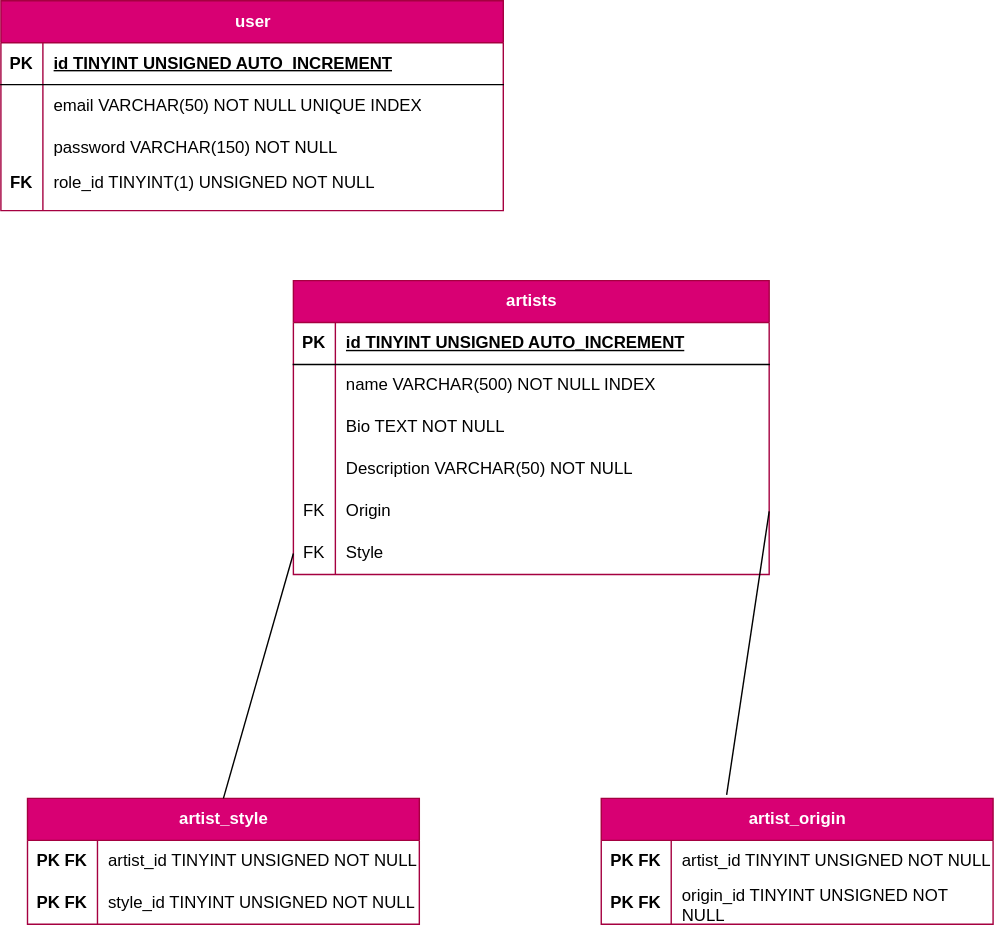
Domitch/souk-sonore-festival keeps this draw.io diagram as code/merise /MPD.drawio.svg. Above is the earlier version. Source tidied: cells renumbered, new cells last; positions are measured from the earlier drawing's top-left corner, leaving out a move shared by most shapes.
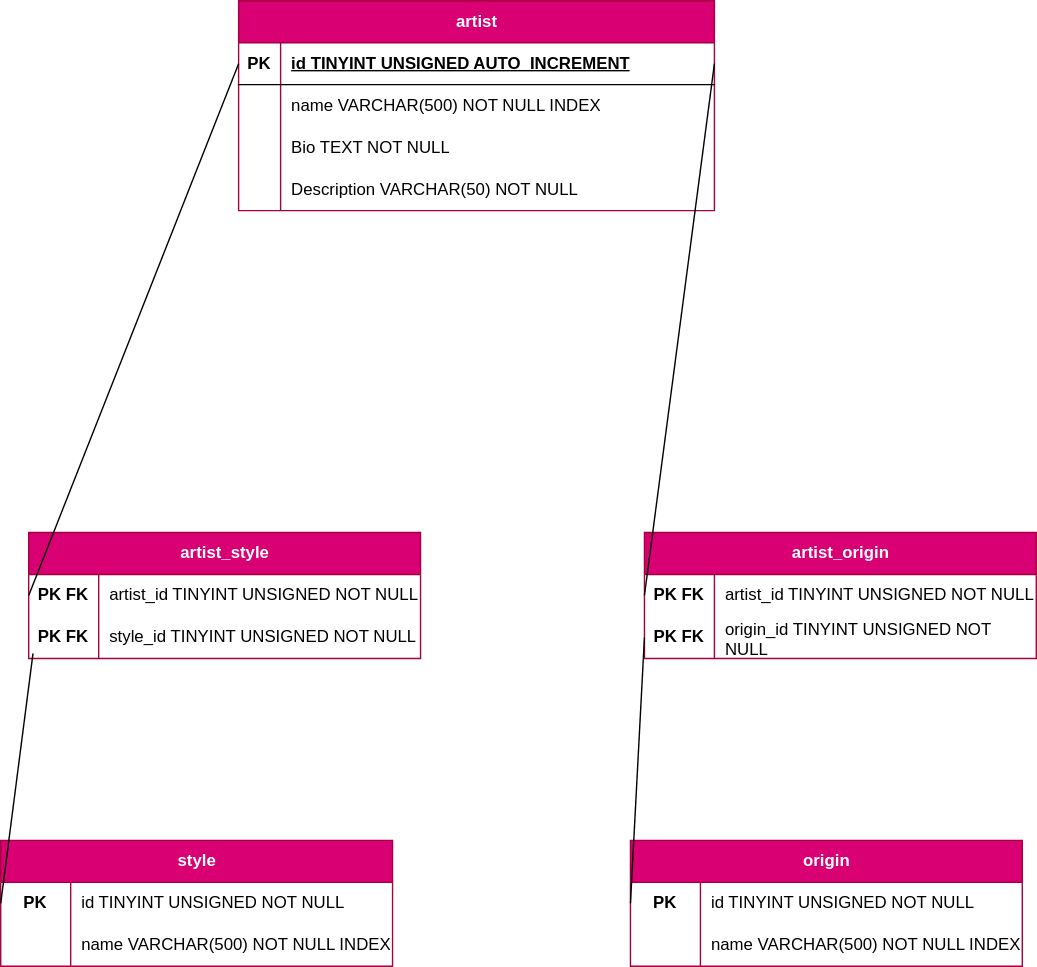
The same diagram one commit later.

Change to the diagram source:
```diff
@@ -2,53 +2,8 @@
   <root>
     <mxCell id="0" />
     <mxCell id="1" parent="0" />
-    <mxCell id="2" value="user" style="shape=table;startSize=30;rowLines=0;fontStyle=1;align=center;html=1;fillColor=#d80073;strokeColor=#A50040;fontColor=#ffffff;" parent="1" vertex="1">
-      <mxGeometry width="359" height="150" as="geometry" />
-    </mxCell>
-    <mxCell id="3" style="shape=tableRow;horizontal=0;startSize=0;swimlaneHead=0;swimlaneBody=0;fillColor=none;top=0;left=0;right=0;bottom=1;" parent="2" vertex="1">
-      <mxGeometry y="30" width="359" height="30" as="geometry" />
-    </mxCell>
-    <mxCell id="4" value="PK" style="shape=partialRectangle;fillColor=none;top=0;left=0;bottom=0;right=0;fontStyle=1;overflow=hidden;whiteSpace=wrap;html=1;" parent="3" vertex="1">
-      <mxGeometry width="30" height="30" as="geometry" />
-    </mxCell>
-    <mxCell id="5" value="id TINYINT UNSIGNED AUTO_INCREMENT" style="shape=partialRectangle;fillColor=none;top=0;left=0;bottom=0;right=0;align=left;spacingLeft=6;fontStyle=5;overflow=hidden;whiteSpace=wrap;html=1;" parent="3" vertex="1">
-      <mxGeometry x="30" width="329" height="30" as="geometry" />
-    </mxCell>
-    <mxCell id="6" style="shape=tableRow;horizontal=0;startSize=0;swimlaneHead=0;swimlaneBody=0;fillColor=none;top=0;left=0;right=0;bottom=0;" parent="2" vertex="1">
-      <mxGeometry y="60" width="359" height="30" as="geometry" />
-    </mxCell>
-    <mxCell id="7" style="shape=partialRectangle;fillColor=none;top=0;left=0;bottom=0;right=0;overflow=hidden;whiteSpace=wrap;html=1;" parent="6" vertex="1">
-      <mxGeometry width="30" height="30" as="geometry" />
-    </mxCell>
-    <mxCell id="8" value="email VARCHAR(50) NOT NULL UNIQUE INDEX" style="shape=partialRectangle;fillColor=none;top=0;left=0;bottom=0;right=0;align=left;spacingLeft=6;overflow=hidden;whiteSpace=wrap;html=1;" parent="6" vertex="1">
-      <mxGeometry x="30" width="329" height="30" as="geometry" />
-    </mxCell>
-    <mxCell id="9" style="shape=tableRow;horizontal=0;startSize=0;swimlaneHead=0;swimlaneBody=0;fillColor=none;top=0;left=0;right=0;bottom=0;" parent="2" vertex="1">
-      <mxGeometry y="90" width="359" height="30" as="geometry" />
-    </mxCell>
-    <mxCell id="10" style="shape=partialRectangle;fillColor=none;top=0;left=0;bottom=0;right=0;overflow=hidden;whiteSpace=wrap;html=1;" parent="9" vertex="1">
-      <mxGeometry width="30" height="30" as="geometry" />
-    </mxCell>
-    <mxCell id="11" value="password VARCHAR(150) NOT NULL" style="shape=partialRectangle;fillColor=none;top=0;left=0;bottom=0;right=0;align=left;spacingLeft=6;overflow=hidden;whiteSpace=wrap;html=1;" parent="9" vertex="1">
-      <mxGeometry x="30" width="329" height="30" as="geometry" />
-    </mxCell>
-    <mxCell id="12" style="shape=tableRow;horizontal=0;startSize=0;swimlaneHead=0;swimlaneBody=0;fillColor=none;top=0;left=0;right=0;bottom=0;" parent="2" vertex="1">
-      <mxGeometry y="120" width="359" height="30" as="geometry" />
-    </mxCell>
-    <mxCell id="13" style="shape=partialRectangle;fillColor=none;top=0;left=0;bottom=0;right=0;overflow=hidden;whiteSpace=wrap;html=1;fontStyle=1;" parent="12" vertex="1">
-      <mxGeometry width="30" height="30" as="geometry" />
-    </mxCell>
-    <mxCell id="14" style="shape=partialRectangle;fillColor=none;top=0;left=0;bottom=0;right=0;align=left;spacingLeft=6;overflow=hidden;whiteSpace=wrap;html=1;" parent="12" vertex="1">
-      <mxGeometry x="30" width="329" height="30" as="geometry" />
-    </mxCell>
-    <mxCell id="15" value="FK" style="shape=partialRectangle;fillColor=none;top=0;left=0;bottom=0;right=0;overflow=hidden;whiteSpace=wrap;html=1;fontStyle=1;" parent="1" vertex="1">
-      <mxGeometry y="120" width="30" height="20" as="geometry" />
-    </mxCell>
-    <mxCell id="16" value="role_id TINYINT(1) UNSIGNED NOT NULL" style="shape=partialRectangle;fillColor=none;top=0;left=0;bottom=0;right=0;align=left;spacingLeft=6;overflow=hidden;whiteSpace=wrap;html=1;" parent="1" vertex="1">
-      <mxGeometry x="30" y="120" width="329" height="20" as="geometry" />
-    </mxCell>
-    <mxCell id="17" value="artists" style="shape=table;startSize=30;rowLines=0;fontStyle=1;align=center;html=1;fillColor=#d80073;strokeColor=#A50040;fontColor=#ffffff;" parent="1" vertex="1">
-      <mxGeometry x="209" y="200" width="340" height="210" as="geometry" />
+    <mxCell id="17" value="artist" style="shape=table;startSize=30;rowLines=0;fontStyle=1;align=center;html=1;fillColor=#d80073;strokeColor=#A50040;fontColor=#ffffff;" parent="1" vertex="1">
+      <mxGeometry x="209" y="200" width="340" height="150" as="geometry" />
     </mxCell>
     <mxCell id="18" style="shape=tableRow;horizontal=0;startSize=0;swimlaneHead=0;swimlaneBody=0;fillColor=none;points=[[0,0.5],[1,0.5]];portConstraint=eastwest;top=0;left=0;right=0;bottom=1;" parent="17" vertex="1">
       <mxGeometry y="30" width="340" height="30" as="geometry" />
@@ -86,26 +41,8 @@
     <mxCell id="29" value="Description VARCHAR(50) NOT NULL" style="shape=partialRectangle;fillColor=none;top=0;left=0;bottom=0;right=0;align=left;spacingLeft=6;overflow=hidden;whiteSpace=wrap;html=1;" parent="27" vertex="1">
       <mxGeometry x="30" width="310" height="30" as="geometry" />
     </mxCell>
-    <mxCell id="30" style="shape=tableRow;horizontal=0;startSize=0;swimlaneHead=0;swimlaneBody=0;fillColor=none;points=[[0,0.5],[1,0.5]];portConstraint=eastwest;top=0;left=0;right=0;bottom=0;" parent="17" vertex="1">
-      <mxGeometry y="150" width="340" height="30" as="geometry" />
-    </mxCell>
-    <mxCell id="31" value="FK" style="shape=partialRectangle;fillColor=none;top=0;left=0;bottom=0;right=0;overflow=hidden;whiteSpace=wrap;html=1;" parent="30" vertex="1">
-      <mxGeometry width="30" height="30" as="geometry" />
-    </mxCell>
-    <mxCell id="32" value="Origin&amp;nbsp;" style="shape=partialRectangle;fillColor=none;top=0;left=0;bottom=0;right=0;align=left;spacingLeft=6;overflow=hidden;whiteSpace=wrap;html=1;" parent="30" vertex="1">
-      <mxGeometry x="30" width="310" height="30" as="geometry" />
-    </mxCell>
-    <mxCell id="33" style="shape=tableRow;horizontal=0;startSize=0;swimlaneHead=0;swimlaneBody=0;fillColor=none;points=[[0,0.5],[1,0.5]];portConstraint=eastwest;top=0;left=0;right=0;bottom=0;" parent="17" vertex="1">
-      <mxGeometry y="180" width="340" height="30" as="geometry" />
-    </mxCell>
-    <mxCell id="34" value="FK" style="shape=partialRectangle;fillColor=none;top=0;left=0;bottom=0;right=0;overflow=hidden;whiteSpace=wrap;html=1;" parent="33" vertex="1">
-      <mxGeometry width="30" height="30" as="geometry" />
-    </mxCell>
-    <mxCell id="35" value="Style" style="shape=partialRectangle;fillColor=none;top=0;left=0;bottom=0;right=0;align=left;spacingLeft=6;overflow=hidden;whiteSpace=wrap;html=1;" parent="33" vertex="1">
-      <mxGeometry x="30" width="310" height="30" as="geometry" />
-    </mxCell>
     <mxCell id="36" value="artist_style" style="shape=table;startSize=30;rowLines=0;fontStyle=1;align=center;html=1;fillColor=#d80073;strokeColor=#A50040;fontColor=#ffffff;" parent="1" vertex="1">
-      <mxGeometry x="19" y="570" width="280" height="90" as="geometry" />
+      <mxGeometry x="59" y="580" width="280" height="90" as="geometry" />
     </mxCell>
     <mxCell id="37" style="shape=tableRow;horizontal=0;startSize=0;swimlaneHead=0;swimlaneBody=0;fillColor=none;points=[[0,0.5],[1,0.5]];portConstraint=eastwest;top=0;left=0;right=0;bottom=0;" parent="36" vertex="1">
       <mxGeometry y="30" width="280" height="30" as="geometry" />
@@ -126,7 +63,7 @@
       <mxGeometry x="50" width="230" height="30" as="geometry" />
     </mxCell>
     <mxCell id="43" value="artist_origin" style="shape=table;startSize=30;rowLines=0;fontStyle=1;align=center;html=1;fillColor=#d80073;strokeColor=#A50040;fontColor=#ffffff;" parent="1" vertex="1">
-      <mxGeometry x="429" y="570" width="280" height="90" as="geometry" />
+      <mxGeometry x="499" y="580" width="280" height="90" as="geometry" />
     </mxCell>
     <mxCell id="44" style="shape=tableRow;horizontal=0;startSize=0;swimlaneHead=0;swimlaneBody=0;fillColor=none;points=[[0,0.5],[1,0.5]];portConstraint=eastwest;top=0;left=0;right=0;bottom=0;" parent="43" vertex="1">
       <mxGeometry y="30" width="280" height="30" as="geometry" />
@@ -146,13 +83,59 @@
     <mxCell id="49" value="origin_id TINYINT UNSIGNED NOT NULL" style="shape=partialRectangle;fillColor=none;top=0;left=0;bottom=0;right=0;align=left;spacingLeft=6;overflow=hidden;whiteSpace=wrap;html=1;" parent="47" vertex="1">
       <mxGeometry x="50" width="230" height="30" as="geometry" />
     </mxCell>
-    <mxCell id="50" style="endArrow=none;html=1;rounded=0;exitX=0.32;exitY=-0.028;exitDx=0;exitDy=0;entryX=1;entryY=0.5;entryDx=0;entryDy=0;exitPerimeter=0;" parent="1" edge="1" source="43" target="30">
+    <mxCell id="50" style="endArrow=none;html=1;rounded=0;entryX=0;entryY=0.5;entryDx=0;entryDy=0;exitX=0;exitY=0.5;exitDx=0;exitDy=0;" parent="1" edge="1" source="37" target="18">
       <mxGeometry relative="1" as="geometry" />
     </mxCell>
-    <mxCell id="51" style="endArrow=none;html=1;rounded=0;exitX=0.32;exitY=-0.028;exitDx=0;exitDy=0;entryX=0;entryY=0.5;entryDx=0;entryDy=0;exitPerimeter=0;" parent="1" edge="1" target="33">
-      <mxGeometry relative="1" as="geometry">
-        <mxPoint x="159" y="570" as="sourcePoint" />
-      </mxGeometry>
-    </mxCell>
+    <mxCell id="52" value="style" style="shape=table;startSize=30;rowLines=0;fontStyle=1;align=center;html=1;fillColor=#d80073;strokeColor=#A50040;fontColor=#ffffff;" parent="1" vertex="1">
+      <mxGeometry x="39" y="800" width="280" height="90" as="geometry" />
+    </mxCell>
+    <mxCell id="53" style="shape=tableRow;horizontal=0;startSize=0;swimlaneHead=0;swimlaneBody=0;fillColor=none;points=[[0,0.5],[1,0.5]];portConstraint=eastwest;top=0;left=0;right=0;bottom=0;" parent="52" vertex="1">
+      <mxGeometry y="30" width="280" height="30" as="geometry" />
+    </mxCell>
+    <mxCell id="54" value="&lt;b&gt;PK&amp;nbsp;&lt;/b&gt;" style="shape=partialRectangle;fillColor=none;top=0;left=0;bottom=0;right=0;overflow=hidden;whiteSpace=wrap;html=1;" parent="53" vertex="1">
+      <mxGeometry width="50" height="30" as="geometry" />
+    </mxCell>
+    <mxCell id="55" value="id TINYINT UNSIGNED NOT NULL" style="shape=partialRectangle;fillColor=none;top=0;left=0;bottom=0;right=0;align=left;spacingLeft=6;overflow=hidden;whiteSpace=wrap;html=1;" parent="53" vertex="1">
+      <mxGeometry x="50" width="230" height="30" as="geometry" />
+    </mxCell>
+    <mxCell id="56" style="shape=tableRow;horizontal=0;startSize=0;swimlaneHead=0;swimlaneBody=0;fillColor=none;top=0;left=0;right=0;bottom=0;" parent="52" vertex="1">
+      <mxGeometry y="60" width="280" height="30" as="geometry" />
+    </mxCell>
+    <mxCell id="57" style="shape=partialRectangle;fillColor=none;top=0;left=0;bottom=0;right=0;overflow=hidden;whiteSpace=wrap;html=1;" parent="56" vertex="1">
+      <mxGeometry width="50" height="30" as="geometry" />
+    </mxCell>
+    <mxCell id="58" value="&lt;span style=&quot;color: rgb(0, 0, 0);&quot;&gt;name VARCHAR(500) NOT NULL INDEX&lt;/span&gt;" style="shape=partialRectangle;fillColor=none;top=0;left=0;bottom=0;right=0;align=left;spacingLeft=6;overflow=hidden;whiteSpace=wrap;html=1;" parent="56" vertex="1">
+      <mxGeometry x="50" width="230" height="30" as="geometry" />
+    </mxCell>
+    <mxCell id="59" value="origin" style="shape=table;startSize=30;rowLines=0;fontStyle=1;align=center;html=1;fillColor=#d80073;strokeColor=#A50040;fontColor=#ffffff;" parent="1" vertex="1">
+      <mxGeometry x="489" y="800" width="280" height="90" as="geometry" />
+    </mxCell>
+    <mxCell id="60" style="shape=tableRow;horizontal=0;startSize=0;swimlaneHead=0;swimlaneBody=0;fillColor=none;points=[[0,0.5],[1,0.5]];portConstraint=eastwest;top=0;left=0;right=0;bottom=0;" parent="59" vertex="1">
+      <mxGeometry y="30" width="280" height="30" as="geometry" />
+    </mxCell>
+    <mxCell id="61" value="&lt;b&gt;PK&amp;nbsp;&lt;/b&gt;" style="shape=partialRectangle;fillColor=none;top=0;left=0;bottom=0;right=0;overflow=hidden;whiteSpace=wrap;html=1;" parent="60" vertex="1">
+      <mxGeometry width="50" height="30" as="geometry" />
+    </mxCell>
+    <mxCell id="62" value="id TINYINT UNSIGNED NOT NULL" style="shape=partialRectangle;fillColor=none;top=0;left=0;bottom=0;right=0;align=left;spacingLeft=6;overflow=hidden;whiteSpace=wrap;html=1;" parent="60" vertex="1">
+      <mxGeometry x="50" width="230" height="30" as="geometry" />
+    </mxCell>
+    <mxCell id="63" style="shape=tableRow;horizontal=0;startSize=0;swimlaneHead=0;swimlaneBody=0;fillColor=none;top=0;left=0;right=0;bottom=0;" parent="59" vertex="1">
+      <mxGeometry y="60" width="280" height="30" as="geometry" />
+    </mxCell>
+    <mxCell id="64" style="shape=partialRectangle;fillColor=none;top=0;left=0;bottom=0;right=0;overflow=hidden;whiteSpace=wrap;html=1;" parent="63" vertex="1">
+      <mxGeometry width="50" height="30" as="geometry" />
+    </mxCell>
+    <mxCell id="65" value="&lt;span style=&quot;color: rgb(0, 0, 0);&quot;&gt;name VARCHAR(500) NOT NULL INDEX&lt;/span&gt;" style="shape=partialRectangle;fillColor=none;top=0;left=0;bottom=0;right=0;align=left;spacingLeft=6;overflow=hidden;whiteSpace=wrap;html=1;" parent="63" vertex="1">
+      <mxGeometry x="50" width="230" height="30" as="geometry" />
+    </mxCell>
+    <mxCell id="66" style="endArrow=none;html=1;rounded=0;entryX=1;entryY=0.5;entryDx=0;entryDy=0;exitX=0;exitY=0.5;exitDx=0;exitDy=0;" parent="1" edge="1" source="44" target="18">
+      <mxGeometry relative="1" as="geometry" />
+    </mxCell>
+    <mxCell id="67" style="endArrow=none;html=1;rounded=0;entryX=0;entryY=0.5;entryDx=0;entryDy=0;exitX=0;exitY=0.5;exitDx=0;exitDy=0;" parent="1" edge="1" source="60" target="47">
+      <mxGeometry relative="1" as="geometry" />
+    </mxCell>
+    <mxCell id="68" style="endArrow=none;html=1;rounded=0;exitX=0;exitY=0.5;exitDx=0;exitDy=0;entryX=0.011;entryY=0.878;entryDx=0;entryDy=0;entryPerimeter=0;" parent="1" edge="1" source="53" target="40">
+      <mxGeometry relative="1" as="geometry" />
+    </mxCell>
   </root>
 </mxGraphModel>
```
